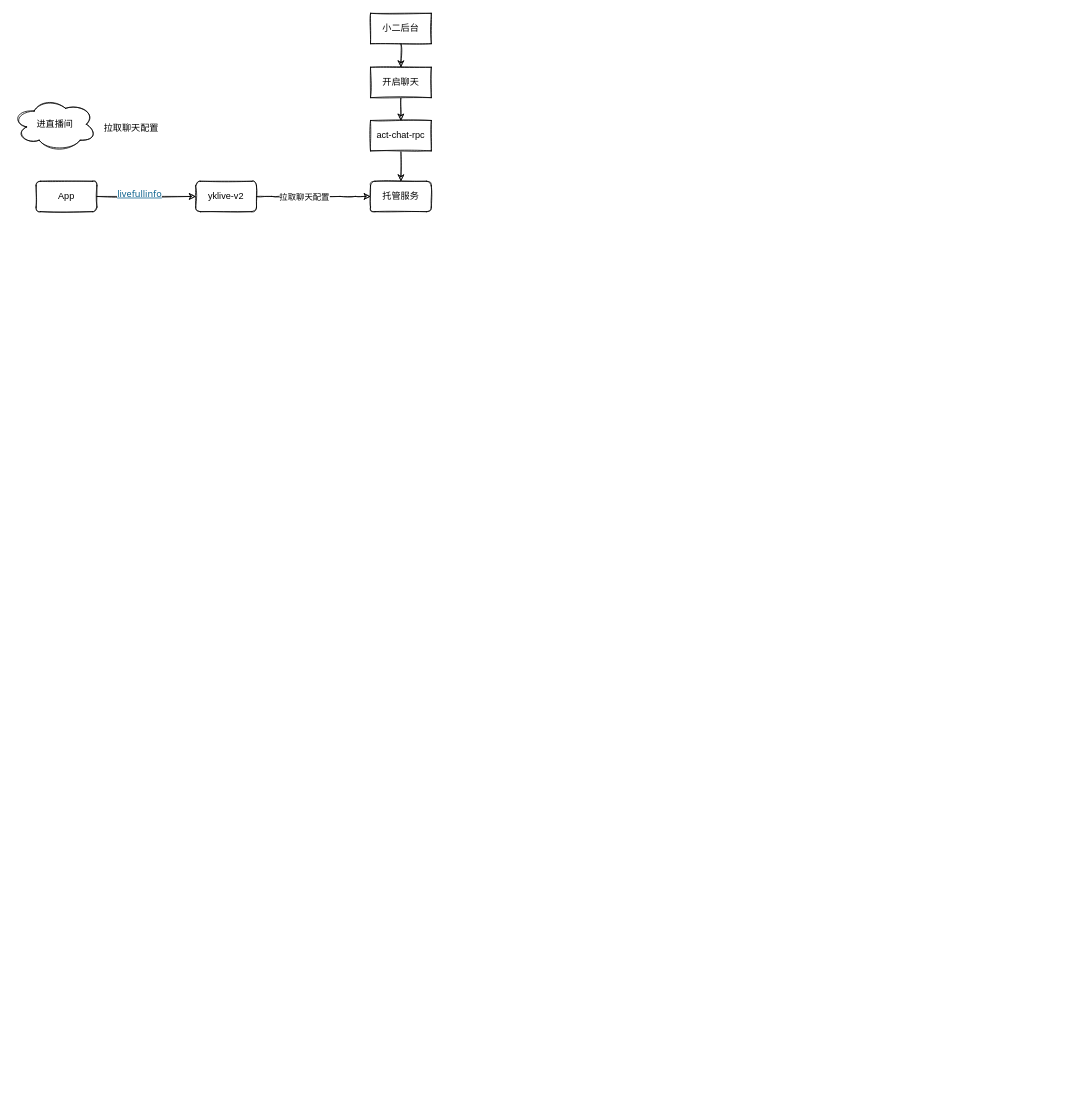
This is page "聊天调用链路" (3 of 3) of Untitled Diagram.drawio from 839284824/MyBlog, a draw.io file, before an edit. Source tidied: cells renumbered, new cells numbered last; positions are measured from the earlier drawing's top-left corner, leaving out a move shared by most shapes. Both pictures are drawn from the tidied source at 76%, with x=0, y=0 at pixel (13, 13).
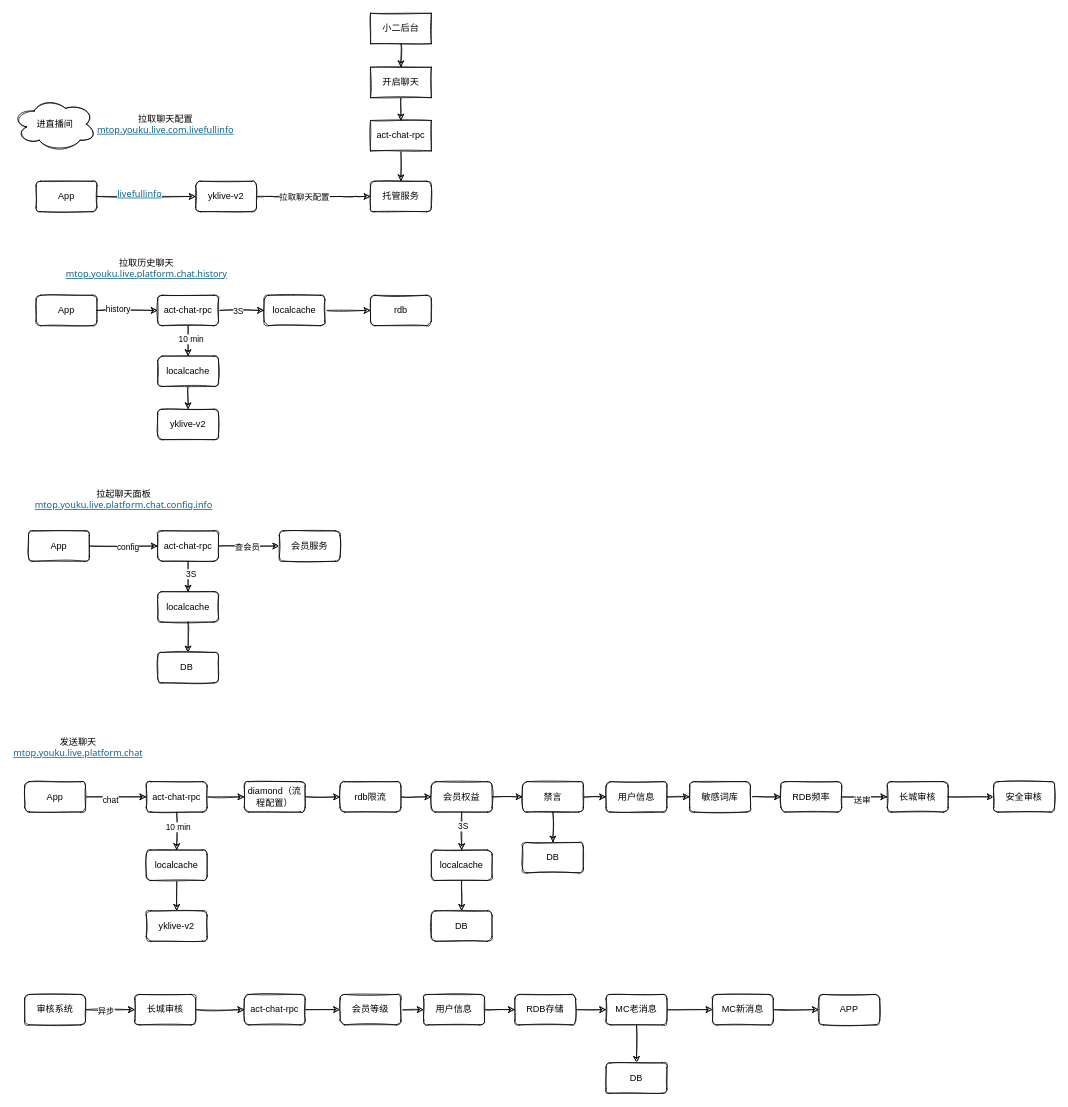
The same diagram, later.

What changed in the source:
```diff
@@
-    <mxCell id="16" value="拉取聊天配置" style="text;html=1;align=center;verticalAlign=middle;" parent="1" vertex="1">
-      <mxGeometry x="110" y="141" width="90" height="20" as="geometry" />
+    <mxCell id="16" value="拉取聊天配置&lt;br&gt;&lt;a href=&quot;http://max.m.taobao.com/mtop/managerapi/view?api=mtop.youku.live.com.livefullinfo&amp;amp;v=4.0&amp;amp;version=1&amp;amp;biz_domain=youku&quot; target=&quot;_blank&quot; style=&quot;color: rgb(13 , 99 , 143) ; outline: 0px ; font-family: &amp;#34;microsoft yahei&amp;#34; , &amp;#34;tahoma&amp;#34; , &amp;#34;arial&amp;#34; , sans-serif ; text-align: left ; background-color: rgb(255 , 255 , 255) ; border-radius: 0px ; text-shadow: none&quot;&gt;mtop.youku.live.com.livefullinfo&lt;/a&gt;" style="text;html=1;align=center;verticalAlign=middle;" parent="1" vertex="1">
+      <mxGeometry x="110" y="131" width="180" height="30" as="geometry" />
     </mxCell>
+    <mxCell id="17" value="拉取历史聊天&lt;br&gt;&lt;a href=&quot;http://max.m.taobao.com/mtop/managerapi/view?api=mtop.youku.live.platform.chat.history&amp;amp;v=1.0&amp;amp;version=3&amp;amp;biz_domain=youku&quot; target=&quot;_blank&quot; style=&quot;color: rgb(13 , 99 , 143) ; outline: 0px ; font-family: &amp;#34;microsoft yahei&amp;#34; , &amp;#34;tahoma&amp;#34; , &amp;#34;arial&amp;#34; , sans-serif ; text-align: left ; background-color: rgb(255 , 255 , 255) ; border-radius: 0px ; text-shadow: none&quot;&gt;mtop.youku.live.platform.chat.history&lt;/a&gt;" style="text;html=1;align=center;verticalAlign=middle;" parent="1" vertex="1">
+      <mxGeometry x="70" y="321" width="210" height="30" as="geometry" />
+    </mxCell>
+    <mxCell id="18" style="edgeStyle=none;rounded=1;sketch=1;jettySize=auto;html=1;" parent="1" edge="1" source="20" target="25">
+      <mxGeometry relative="1" as="geometry" />
+    </mxCell>
+    <mxCell id="19" value="history" style="edgeLabel;html=1;align=center;verticalAlign=middle;" parent="18" vertex="1">
+      <mxGeometry x="-0.33" y="2" relative="1" as="geometry" />
+    </mxCell>
+    <mxCell id="20" value="App" style="rounded=1;whiteSpace=wrap;html=1;sketch=1;" parent="1" vertex="1">
+      <mxGeometry x="30" y="371" width="80" height="40" as="geometry" />
+    </mxCell>
+    <mxCell id="21" style="edgeStyle=none;rounded=1;sketch=1;jettySize=auto;html=1;" parent="1" edge="1" source="25" target="27">
+      <mxGeometry relative="1" as="geometry" />
+    </mxCell>
+    <mxCell id="22" value="10 min" style="edgeLabel;html=1;align=center;verticalAlign=middle;" parent="21" vertex="1">
+      <mxGeometry x="-0.15" y="3" relative="1" as="geometry" />
+    </mxCell>
+    <mxCell id="23" style="edgeStyle=none;rounded=1;sketch=1;jettySize=auto;html=1;" parent="1" edge="1" source="25" target="30">
+      <mxGeometry relative="1" as="geometry" />
+    </mxCell>
+    <mxCell id="24" value="3S" style="edgeLabel;html=1;align=center;verticalAlign=middle;" parent="23" vertex="1">
+      <mxGeometry x="-0.17" relative="1" as="geometry" />
+    </mxCell>
+    <mxCell id="25" value="act-chat-rpc" style="rounded=1;whiteSpace=wrap;html=1;sketch=1;" parent="1" vertex="1">
+      <mxGeometry x="190" y="371" width="80" height="40" as="geometry" />
+    </mxCell>
+    <mxCell id="26" style="edgeStyle=none;rounded=1;sketch=1;jettySize=auto;html=1;" parent="1" edge="1" source="27" target="28">
+      <mxGeometry relative="1" as="geometry" />
+    </mxCell>
+    <mxCell id="27" value="localcache" style="rounded=1;whiteSpace=wrap;html=1;sketch=1;" parent="1" vertex="1">
+      <mxGeometry x="190" y="451" width="80" height="40" as="geometry" />
+    </mxCell>
+    <mxCell id="28" value="yklive-v2" style="rounded=1;whiteSpace=wrap;html=1;sketch=1;" parent="1" vertex="1">
+      <mxGeometry x="190" y="521" width="80" height="40" as="geometry" />
+    </mxCell>
+    <mxCell id="29" style="edgeStyle=none;rounded=1;sketch=1;jettySize=auto;html=1;" parent="1" edge="1" source="30" target="31">
+      <mxGeometry relative="1" as="geometry" />
+    </mxCell>
+    <mxCell id="30" value="localcache" style="rounded=1;whiteSpace=wrap;html=1;sketch=1;" parent="1" vertex="1">
+      <mxGeometry x="330" y="371" width="80" height="40" as="geometry" />
+    </mxCell>
+    <mxCell id="31" value="rdb" style="rounded=1;whiteSpace=wrap;html=1;sketch=1;" parent="1" vertex="1">
+      <mxGeometry x="470" y="371" width="80" height="40" as="geometry" />
+    </mxCell>
+    <mxCell id="32" value="拉起聊天面板&lt;br&gt;&lt;a href=&quot;http://max.m.taobao.com/mtop/managerapi/view?api=mtop.youku.live.platform.chat.config.info&amp;amp;v=1.0&amp;amp;version=2&amp;amp;biz_domain=youku&quot; target=&quot;_blank&quot; style=&quot;color: rgb(13 , 99 , 143) ; outline: 0px ; font-family: &amp;#34;microsoft yahei&amp;#34; , &amp;#34;tahoma&amp;#34; , &amp;#34;arial&amp;#34; , sans-serif ; text-align: left ; border-radius: 0px ; text-shadow: none&quot;&gt;mtop.youku.live.platform.chat.config.info&lt;/a&gt;" style="text;html=1;align=center;verticalAlign=middle;" parent="1" vertex="1">
+      <mxGeometry x="30" y="625" width="230" height="30" as="geometry" />
+    </mxCell>
+    <mxCell id="33" style="edgeStyle=none;rounded=1;sketch=1;jettySize=auto;html=1;" parent="1" edge="1" source="35" target="40">
+      <mxGeometry relative="1" as="geometry" />
+    </mxCell>
+    <mxCell id="34" value="config" style="edgeLabel;html=1;align=center;verticalAlign=middle;" parent="33" vertex="1">
+      <mxGeometry x="0.1" y="-1" relative="1" as="geometry" />
+    </mxCell>
+    <mxCell id="35" value="App" style="rounded=1;whiteSpace=wrap;html=1;sketch=1;" parent="1" vertex="1">
+      <mxGeometry x="20" y="681" width="80" height="40" as="geometry" />
+    </mxCell>
+    <mxCell id="36" style="edgeStyle=none;rounded=1;sketch=1;jettySize=auto;html=1;" parent="1" edge="1" source="40" target="42">
+      <mxGeometry relative="1" as="geometry" />
+    </mxCell>
+    <mxCell id="37" value="3S" style="edgeLabel;html=1;align=center;verticalAlign=middle;" parent="36" vertex="1">
+      <mxGeometry x="-0.2" y="3" relative="1" as="geometry" />
+    </mxCell>
+    <mxCell id="38" style="edgeStyle=none;rounded=1;sketch=1;jettySize=auto;html=1;" parent="1" edge="1" source="40" target="44">
+      <mxGeometry relative="1" as="geometry" />
+    </mxCell>
+    <mxCell id="39" value="查会员" style="edgeLabel;html=1;align=center;verticalAlign=middle;" parent="38" vertex="1">
+      <mxGeometry x="-0.07" y="-1" relative="1" as="geometry" />
+    </mxCell>
+    <mxCell id="40" value="act-chat-rpc" style="rounded=1;whiteSpace=wrap;html=1;sketch=1;" parent="1" vertex="1">
+      <mxGeometry x="190" y="681" width="80" height="40" as="geometry" />
+    </mxCell>
+    <mxCell id="41" style="edgeStyle=none;rounded=1;sketch=1;jettySize=auto;html=1;" parent="1" edge="1" source="42" target="43">
+      <mxGeometry relative="1" as="geometry" />
+    </mxCell>
+    <mxCell id="42" value="localcache" style="rounded=1;whiteSpace=wrap;html=1;sketch=1;" parent="1" vertex="1">
+      <mxGeometry x="190" y="761" width="80" height="40" as="geometry" />
+    </mxCell>
+    <mxCell id="43" value="DB&amp;nbsp;" style="rounded=1;whiteSpace=wrap;html=1;sketch=1;" parent="1" vertex="1">
+      <mxGeometry x="190" y="841" width="80" height="40" as="geometry" />
+    </mxCell>
+    <mxCell id="44" value="会员服务" style="rounded=1;whiteSpace=wrap;html=1;sketch=1;" parent="1" vertex="1">
+      <mxGeometry x="350" y="681" width="80" height="40" as="geometry" />
+    </mxCell>
+    <mxCell id="45" value="发送聊天&lt;br&gt;&lt;a href=&quot;http://max.m.taobao.com/mtop/managerapi/view?api=mtop.youku.live.platform.chat&amp;amp;v=1.0&amp;amp;version=3&amp;amp;biz_domain=youku&quot; target=&quot;_blank&quot; style=&quot;color: rgb(13 , 99 , 143) ; outline: 0px ; font-family: &amp;#34;microsoft yahei&amp;#34; , &amp;#34;tahoma&amp;#34; , &amp;#34;arial&amp;#34; , sans-serif ; text-align: left ; background-color: rgb(255 , 255 , 255) ; border-radius: 0px ; text-shadow: none&quot;&gt;mtop.youku.live.platform.chat&lt;/a&gt;" style="text;html=1;align=center;verticalAlign=middle;" parent="1" vertex="1">
+      <mxGeometry y="951" width="170" height="30" as="geometry" />
+    </mxCell>
+    <mxCell id="46" style="edgeStyle=none;rounded=1;sketch=1;jettySize=auto;html=1;" parent="1" edge="1" source="48" target="52">
+      <mxGeometry relative="1" as="geometry" />
+    </mxCell>
+    <mxCell id="47" value="chat" style="edgeLabel;html=1;align=center;verticalAlign=middle;" parent="46" vertex="1">
+      <mxGeometry x="-0.2" y="-4" relative="1" as="geometry" />
+    </mxCell>
+    <mxCell id="48" value="App" style="rounded=1;whiteSpace=wrap;html=1;sketch=1;" parent="1" vertex="1">
+      <mxGeometry x="15" y="1011" width="80" height="40" as="geometry" />
+    </mxCell>
+    <mxCell id="49" style="edgeStyle=none;rounded=1;sketch=1;jettySize=auto;html=1;" parent="1" edge="1" source="52" target="54">
+      <mxGeometry relative="1" as="geometry" />
+    </mxCell>
+    <mxCell id="50" value="10 min" style="edgeLabel;html=1;align=center;verticalAlign=middle;" parent="49" vertex="1">
+      <mxGeometry x="-0.25" y="1" relative="1" as="geometry" />
+    </mxCell>
+    <mxCell id="51" style="edgeStyle=none;rounded=1;sketch=1;jettySize=auto;html=1;" parent="1" edge="1" source="52" target="57">
+      <mxGeometry relative="1" as="geometry" />
+    </mxCell>
+    <mxCell id="52" value="act-chat-rpc" style="rounded=1;whiteSpace=wrap;html=1;sketch=1;" parent="1" vertex="1">
+      <mxGeometry x="175" y="1011" width="80" height="40" as="geometry" />
+    </mxCell>
+    <mxCell id="53" style="edgeStyle=none;rounded=1;sketch=1;jettySize=auto;html=1;" parent="1" edge="1" source="54" target="55">
+      <mxGeometry relative="1" as="geometry" />
+    </mxCell>
+    <mxCell id="54" value="localcache" style="rounded=1;whiteSpace=wrap;html=1;sketch=1;" parent="1" vertex="1">
+      <mxGeometry x="175" y="1101" width="80" height="40" as="geometry" />
+    </mxCell>
+    <mxCell id="55" value="yklive-v2" style="rounded=1;whiteSpace=wrap;html=1;sketch=1;" parent="1" vertex="1">
+      <mxGeometry x="175" y="1181" width="80" height="40" as="geometry" />
+    </mxCell>
+    <mxCell id="56" style="edgeStyle=none;rounded=1;sketch=1;jettySize=auto;html=1;" parent="1" edge="1" source="57" target="59">
+      <mxGeometry relative="1" as="geometry" />
+    </mxCell>
+    <mxCell id="57" value="diamond（流程配置）" style="rounded=1;whiteSpace=wrap;html=1;sketch=1;" parent="1" vertex="1">
+      <mxGeometry x="304" y="1011" width="80" height="40" as="geometry" />
+    </mxCell>
+    <mxCell id="58" style="edgeStyle=none;rounded=1;sketch=1;jettySize=auto;html=1;" parent="1" edge="1" source="59" target="63">
+      <mxGeometry relative="1" as="geometry" />
+    </mxCell>
+    <mxCell id="59" value="rdb限流" style="rounded=1;whiteSpace=wrap;html=1;sketch=1;" parent="1" vertex="1">
+      <mxGeometry x="430" y="1011" width="80" height="40" as="geometry" />
+    </mxCell>
+    <mxCell id="60" style="edgeStyle=none;rounded=1;sketch=1;jettySize=auto;html=1;" parent="1" edge="1" source="63" target="65">
+      <mxGeometry relative="1" as="geometry" />
+    </mxCell>
+    <mxCell id="61" value="3S" style="edgeLabel;html=1;align=center;verticalAlign=middle;" parent="60" vertex="1">
+      <mxGeometry x="-0.28" y="1" relative="1" as="geometry" />
+    </mxCell>
+    <mxCell id="62" style="edgeStyle=none;rounded=1;sketch=1;jettySize=auto;html=1;" parent="1" edge="1" source="63" target="69">
+      <mxGeometry relative="1" as="geometry" />
+    </mxCell>
+    <mxCell id="63" value="会员权益" style="rounded=1;whiteSpace=wrap;html=1;sketch=1;" parent="1" vertex="1">
+      <mxGeometry x="550" y="1011" width="80" height="40" as="geometry" />
+    </mxCell>
+    <mxCell id="64" style="edgeStyle=none;rounded=1;sketch=1;jettySize=auto;html=1;" parent="1" edge="1" source="65" target="66">
+      <mxGeometry relative="1" as="geometry" />
+    </mxCell>
+    <mxCell id="65" value="localcache" style="rounded=1;whiteSpace=wrap;html=1;sketch=1;" parent="1" vertex="1">
+      <mxGeometry x="550" y="1101" width="80" height="40" as="geometry" />
+    </mxCell>
+    <mxCell id="66" value="DB" style="rounded=1;whiteSpace=wrap;html=1;sketch=1;" parent="1" vertex="1">
+      <mxGeometry x="550" y="1181" width="80" height="40" as="geometry" />
+    </mxCell>
+    <mxCell id="67" style="edgeStyle=none;rounded=1;sketch=1;jettySize=auto;html=1;" parent="1" edge="1" source="69" target="70">
+      <mxGeometry relative="1" as="geometry" />
+    </mxCell>
+    <mxCell id="68" style="edgeStyle=none;rounded=1;sketch=1;jettySize=auto;html=1;" parent="1" edge="1" source="69" target="72">
+      <mxGeometry relative="1" as="geometry" />
+    </mxCell>
+    <mxCell id="69" value="禁言" style="rounded=1;whiteSpace=wrap;html=1;sketch=1;" parent="1" vertex="1">
+      <mxGeometry x="670" y="1011" width="80" height="40" as="geometry" />
+    </mxCell>
+    <mxCell id="70" value="DB" style="rounded=1;whiteSpace=wrap;html=1;sketch=1;" parent="1" vertex="1">
+      <mxGeometry x="670" y="1091" width="80" height="40" as="geometry" />
+    </mxCell>
+    <mxCell id="71" style="edgeStyle=none;rounded=1;sketch=1;jettySize=auto;html=1;" parent="1" edge="1" source="72" target="74">
+      <mxGeometry relative="1" as="geometry" />
+    </mxCell>
+    <mxCell id="72" value="用户信息" style="rounded=1;whiteSpace=wrap;html=1;sketch=1;" parent="1" vertex="1">
+      <mxGeometry x="780" y="1011" width="80" height="40" as="geometry" />
+    </mxCell>
+    <mxCell id="73" style="edgeStyle=none;rounded=1;sketch=1;jettySize=auto;html=1;" parent="1" edge="1" source="74" target="77">
+      <mxGeometry relative="1" as="geometry" />
+    </mxCell>
+    <mxCell id="74" value="敏感词库" style="rounded=1;whiteSpace=wrap;html=1;sketch=1;" parent="1" vertex="1">
+      <mxGeometry x="890" y="1011" width="80" height="40" as="geometry" />
+    </mxCell>
+    <mxCell id="75" style="edgeStyle=none;rounded=1;sketch=1;jettySize=auto;html=1;" parent="1" edge="1" source="77" target="79">
+      <mxGeometry relative="1" as="geometry" />
+    </mxCell>
+    <mxCell id="76" value="送审" style="edgeLabel;html=1;align=center;verticalAlign=middle;" parent="75" vertex="1">
+      <mxGeometry x="-0.12" y="-4" relative="1" as="geometry" />
+    </mxCell>
+    <mxCell id="77" value="RDB频率" style="rounded=1;whiteSpace=wrap;html=1;sketch=1;" parent="1" vertex="1">
+      <mxGeometry x="1010" y="1011" width="80" height="40" as="geometry" />
+    </mxCell>
+    <mxCell id="78" style="edgeStyle=none;rounded=1;sketch=1;jettySize=auto;html=1;" parent="1" edge="1" source="79" target="83">
+      <mxGeometry relative="1" as="geometry" />
+    </mxCell>
+    <mxCell id="79" value="长城审核" style="rounded=1;whiteSpace=wrap;html=1;sketch=1;" parent="1" vertex="1">
+      <mxGeometry x="1150" y="1011" width="80" height="40" as="geometry" />
+    </mxCell>
+    <mxCell id="80" style="edgeStyle=none;rounded=1;sketch=1;jettySize=auto;html=1;" parent="1" edge="1" source="82" target="85">
+      <mxGeometry relative="1" as="geometry" />
+    </mxCell>
+    <mxCell id="81" value="异步" style="edgeLabel;html=1;align=center;verticalAlign=middle;" parent="80" vertex="1">
+      <mxGeometry x="-0.2" y="-1" relative="1" as="geometry" />
+    </mxCell>
+    <mxCell id="82" value="审核系统" style="rounded=1;whiteSpace=wrap;html=1;sketch=1;" parent="1" vertex="1">
+      <mxGeometry x="15" y="1291" width="80" height="40" as="geometry" />
+    </mxCell>
+    <mxCell id="83" value="安全审核" style="rounded=1;whiteSpace=wrap;html=1;sketch=1;" parent="1" vertex="1">
+      <mxGeometry x="1290" y="1011" width="80" height="40" as="geometry" />
+    </mxCell>
+    <mxCell id="84" style="edgeStyle=none;rounded=1;sketch=1;jettySize=auto;html=1;" parent="1" edge="1" source="85" target="87">
+      <mxGeometry relative="1" as="geometry" />
+    </mxCell>
+    <mxCell id="85" value="长城审核" style="rounded=1;whiteSpace=wrap;html=1;sketch=1;" parent="1" vertex="1">
+      <mxGeometry x="160" y="1291" width="80" height="40" as="geometry" />
+    </mxCell>
+    <mxCell id="86" style="edgeStyle=none;rounded=1;sketch=1;jettySize=auto;html=1;" parent="1" edge="1" source="87" target="89">
+      <mxGeometry relative="1" as="geometry" />
+    </mxCell>
+    <mxCell id="87" value="act-chat-rpc" style="rounded=1;whiteSpace=wrap;html=1;sketch=1;" parent="1" vertex="1">
+      <mxGeometry x="304" y="1291" width="80" height="40" as="geometry" />
+    </mxCell>
+    <mxCell id="88" style="edgeStyle=none;rounded=1;sketch=1;jettySize=auto;html=1;" parent="1" edge="1" source="89" target="91">
+      <mxGeometry relative="1" as="geometry" />
+    </mxCell>
+    <mxCell id="89" value="会员等级" style="rounded=1;whiteSpace=wrap;html=1;sketch=1;" parent="1" vertex="1">
+      <mxGeometry x="430" y="1291" width="80" height="40" as="geometry" />
+    </mxCell>
+    <mxCell id="90" style="edgeStyle=none;rounded=1;sketch=1;jettySize=auto;html=1;" parent="1" edge="1" source="91" target="93">
+      <mxGeometry relative="1" as="geometry" />
+    </mxCell>
+    <mxCell id="91" value="用户信息" style="rounded=1;whiteSpace=wrap;html=1;sketch=1;" parent="1" vertex="1">
+      <mxGeometry x="540" y="1291" width="80" height="40" as="geometry" />
+    </mxCell>
+    <mxCell id="92" style="edgeStyle=none;rounded=1;sketch=1;jettySize=auto;html=1;" parent="1" edge="1" source="93" target="96">
+      <mxGeometry relative="1" as="geometry" />
+    </mxCell>
+    <mxCell id="93" value="RDB存储" style="rounded=1;whiteSpace=wrap;html=1;sketch=1;" parent="1" vertex="1">
+      <mxGeometry x="660" y="1291" width="80" height="40" as="geometry" />
+    </mxCell>
+    <mxCell id="94" style="edgeStyle=none;rounded=1;sketch=1;jettySize=auto;html=1;" parent="1" edge="1" source="96" target="97">
+      <mxGeometry relative="1" as="geometry" />
+    </mxCell>
+    <mxCell id="95" style="edgeStyle=none;rounded=1;sketch=1;jettySize=auto;html=1;" parent="1" edge="1" source="96" target="99">
+      <mxGeometry relative="1" as="geometry" />
+    </mxCell>
+    <mxCell id="96" value="MC老消息" style="rounded=1;whiteSpace=wrap;html=1;sketch=1;" parent="1" vertex="1">
+      <mxGeometry x="780" y="1291" width="80" height="40" as="geometry" />
+    </mxCell>
+    <mxCell id="97" value="DB" style="rounded=1;whiteSpace=wrap;html=1;sketch=1;" parent="1" vertex="1">
+      <mxGeometry x="780" y="1381" width="80" height="40" as="geometry" />
+    </mxCell>
+    <mxCell id="98" style="edgeStyle=none;rounded=1;sketch=1;jettySize=auto;html=1;" parent="1" edge="1" source="99" target="100">
+      <mxGeometry relative="1" as="geometry" />
+    </mxCell>
+    <mxCell id="99" value="MC新消息" style="rounded=1;whiteSpace=wrap;html=1;sketch=1;" parent="1" vertex="1">
+      <mxGeometry x="920" y="1291" width="80" height="40" as="geometry" />
+    </mxCell>
+    <mxCell id="100" value="APP" style="rounded=1;whiteSpace=wrap;html=1;sketch=1;" parent="1" vertex="1">
+      <mxGeometry x="1060" y="1291" width="80" height="40" as="geometry" />
+    </mxCell>
```
